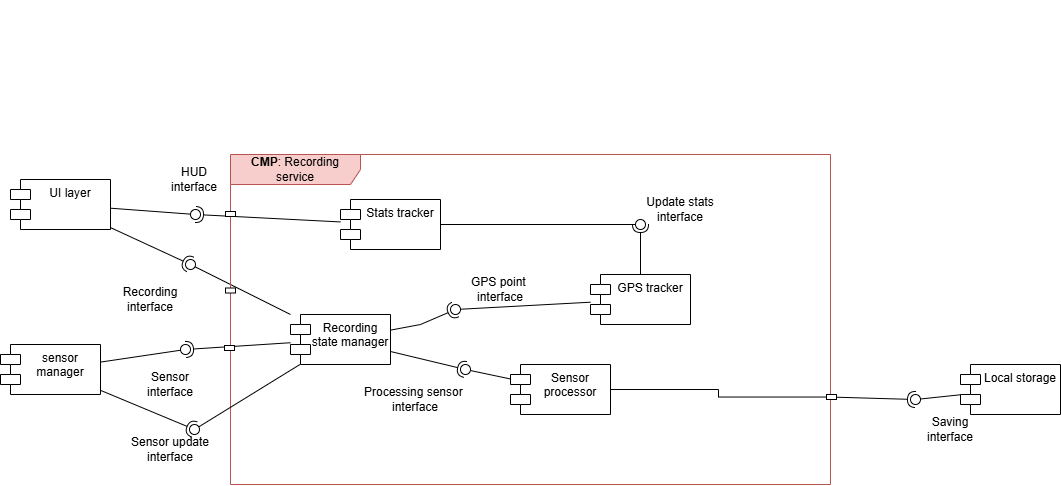
The draw.io diagram DD/LaTeXCode/images/componentDiagrams/Component_diagram-Recording_detailed_view.drawio.png in jacopobellosi/Bellosi-Montanelli-Tempobono, before a commit. Source tidied: cells renumbered, new cells last; positions are measured from the earlier drawing's top-left corner, leaving out a move shared by most shapes.
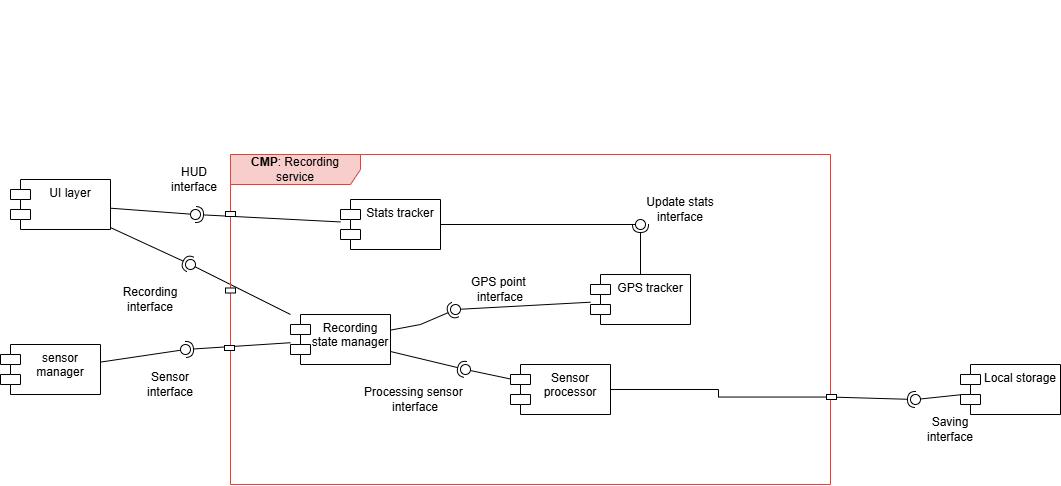
Later version of the same file.

Change to the diagram source:
```diff
@@ -133,17 +133,8 @@
     <mxCell id="42" value="Update stats&lt;br&gt;interface" style="text;html=1;whiteSpace=wrap;strokeColor=none;fillColor=none;align=center;verticalAlign=middle;rounded=0;" parent="1" vertex="1">
       <mxGeometry x="635" y="195" width="90" height="30" as="geometry" />
     </mxCell>
-    <mxCell id="43" style="rounded=0;jettySize=auto;html=1;endArrow=halfCircle;endFill=0;endSize=6;strokeWidth=1;sketch=0;" parent="1" edge="1" source="3" target="45">
-      <mxGeometry relative="1" as="geometry" />
-    </mxCell>
-    <mxCell id="44" style="rounded=0;jettySize=auto;html=1;endArrow=oval;endFill=0;sketch=0;sourcePerimeterSpacing=0;targetPerimeterSpacing=0;endSize=10;" parent="1" edge="1" source="18" target="45">
-      <mxGeometry relative="1" as="geometry" />
-    </mxCell>
     <mxCell id="45" style="ellipse;whiteSpace=wrap;html=1;align=center;fillColor=none;strokeColor=none;perimeter=centerPerimeter;points=[];outlineConnect=1;" parent="1" vertex="1">
       <mxGeometry x="189" y="425" width="10" height="10" as="geometry" />
     </mxCell>
-    <mxCell id="46" value="Sensor update interface" style="text;html=1;whiteSpace=wrap;strokeColor=none;fillColor=none;align=center;verticalAlign=middle;rounded=0;" parent="1" vertex="1">
-      <mxGeometry x="125" y="435" width="90" height="30" as="geometry" />
-    </mxCell>
   </root>
 </mxGraphModel>
```
